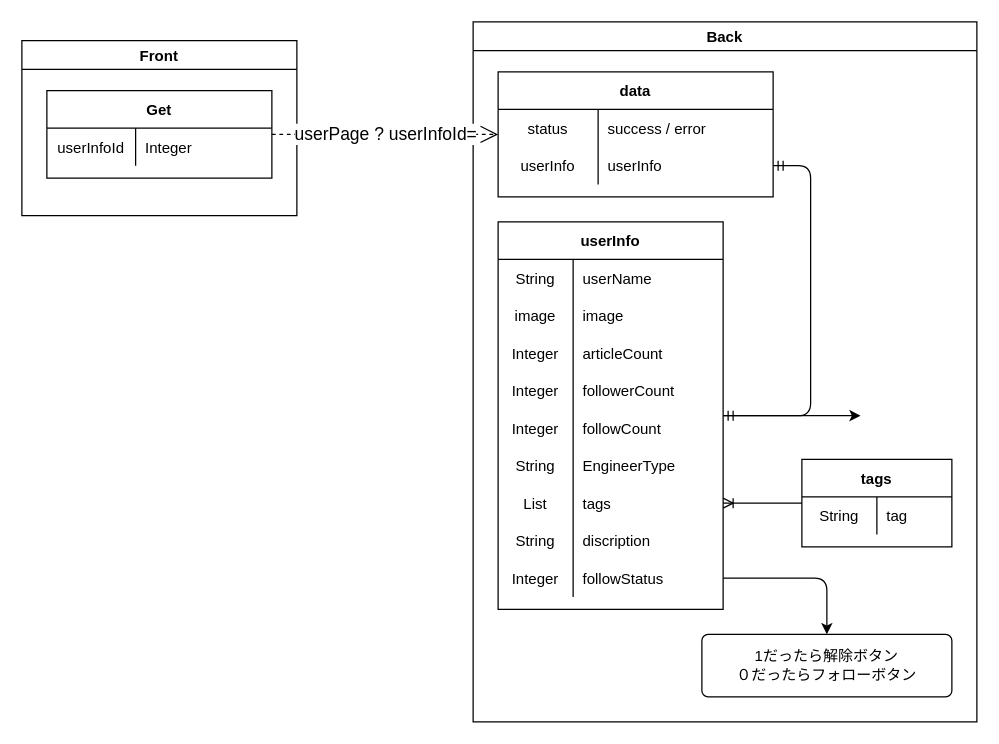
This is page "[表示]マイページ" (4 of 17) of Designs/基本設計.drawio from yusuke-rakus/Qiish, a draw.io file, before an edit. Source tidied: cells renumbered, new cells numbered last; positions are measured from the earlier drawing's top-left corner, leaving out a move shared by most shapes. Both pictures are drawn from the tidied source at 125%, with x=0, y=0 at pixel (21, 21).
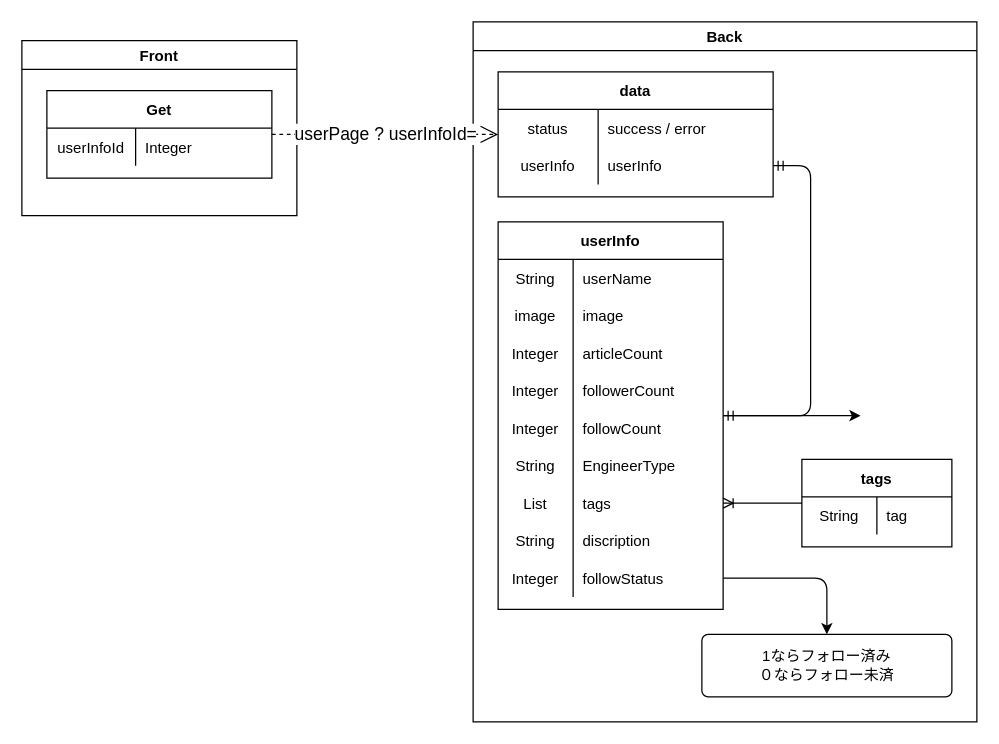
Above is the later version.

The change refers to these unchanged cells:
```xml
<mxCell id="7" value="Back" style="swimlane;" parent="1" vertex="1">
  <mxGeometry x="361" width="403" height="560" as="geometry" />
</mxCell>
```

The edit, as a diff of the source:
```diff
@@
-    <mxCell id="49" value="1だったら解除ボタン&lt;br&gt;０だったらフォローボタン" style="rounded=1;arcSize=10;whiteSpace=wrap;html=1;align=center;" parent="7" vertex="1">
+    <mxCell id="49" value="1ならフォロー済み&lt;br&gt;０ならフォロー未済" style="rounded=1;arcSize=10;whiteSpace=wrap;html=1;align=center;" parent="7" vertex="1">
       <mxGeometry x="183" y="490" width="200" height="50" as="geometry" />
     </mxCell>
```
